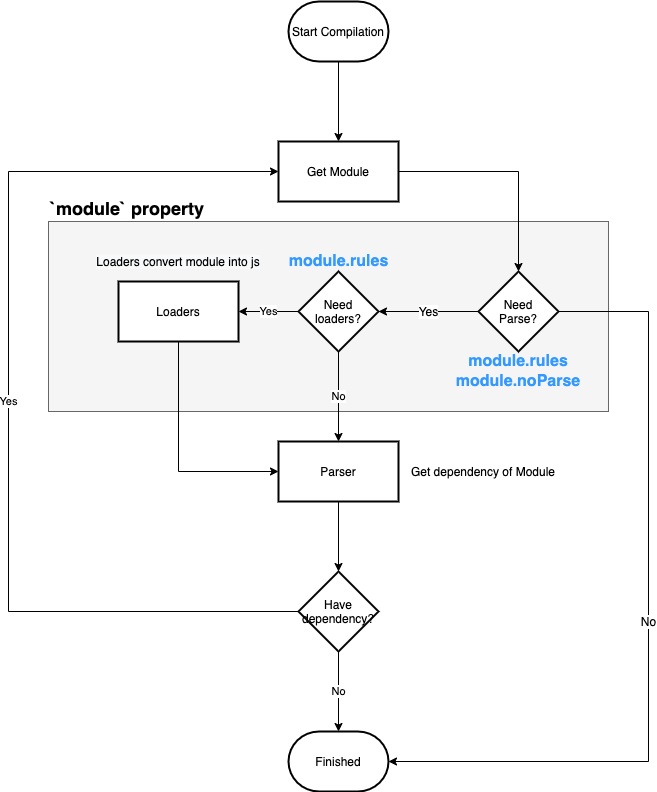
Before: posts/12-module/assets/graph.png, a diagram exported from draw.io (peterhpchen/webpack-quest). Source tidied: cells renumbered, new cells last; positions are measured from the earlier drawing's top-left corner, leaving out a move shared by most shapes. The source it was exported from:
```xml
<mxGraphModel>
  <root>
    <mxCell id="0" />
    <mxCell id="1" parent="0" />
    <mxCell id="2" value="`module` property" style="rounded=0;whiteSpace=wrap;html=1;fillColor=#f5f5f5;strokeColor=#666666;labelPosition=center;verticalLabelPosition=top;align=left;verticalAlign=bottom;fontSize=18;fontStyle=1;" parent="1" vertex="1">
      <mxGeometry x="40" y="220" width="560" height="190" as="geometry" />
    </mxCell>
    <mxCell id="3" style="edgeStyle=orthogonalEdgeStyle;rounded=0;jettySize=auto;html=1;" parent="1" edge="1" source="4" target="6">
      <mxGeometry relative="1" as="geometry" />
    </mxCell>
    <mxCell id="4" value="Start Compilation" style="strokeWidth=2;html=1;shape=mxgraph.flowchart.terminator;whiteSpace=wrap;" parent="1" vertex="1">
      <mxGeometry x="280" width="100" height="60" as="geometry" />
    </mxCell>
    <mxCell id="5" style="edgeStyle=orthogonalEdgeStyle;rounded=0;jettySize=auto;html=1;fontSize=18;" parent="1" edge="1" source="6" target="22">
      <mxGeometry relative="1" as="geometry" />
    </mxCell>
    <mxCell id="6" value="Get Module" style="whiteSpace=wrap;html=1;strokeWidth=2;" parent="1" vertex="1">
      <mxGeometry x="270" y="140" width="120" height="60" as="geometry" />
    </mxCell>
    <mxCell id="7" value="Yes" style="edgeStyle=orthogonalEdgeStyle;rounded=0;jettySize=auto;html=1;" parent="1" edge="1" source="9" target="11">
      <mxGeometry relative="1" as="geometry" />
    </mxCell>
    <mxCell id="8" value="No" style="edgeStyle=orthogonalEdgeStyle;rounded=0;jettySize=auto;html=1;" parent="1" edge="1" source="9" target="13">
      <mxGeometry relative="1" as="geometry" />
    </mxCell>
    <mxCell id="9" value="Need&lt;br&gt;loaders?" style="rhombus;whiteSpace=wrap;html=1;strokeWidth=2;" parent="1" vertex="1">
      <mxGeometry x="290" y="270" width="80" height="80" as="geometry" />
    </mxCell>
    <mxCell id="10" style="edgeStyle=orthogonalEdgeStyle;rounded=0;jettySize=auto;html=1;entryX=0;entryY=0.5;entryDx=0;entryDy=0;" parent="1" edge="1" source="11" target="13">
      <mxGeometry relative="1" as="geometry">
        <Array as="points">
          <mxPoint x="170" y="470" />
        </Array>
      </mxGeometry>
    </mxCell>
    <mxCell id="11" value="Loaders" style="whiteSpace=wrap;html=1;strokeWidth=2;" parent="1" vertex="1">
      <mxGeometry x="110" y="280" width="120" height="60" as="geometry" />
    </mxCell>
    <mxCell id="12" style="edgeStyle=orthogonalEdgeStyle;rounded=0;jettySize=auto;html=1;" parent="1" edge="1" source="13" target="16">
      <mxGeometry relative="1" as="geometry" />
    </mxCell>
    <mxCell id="13" value="Parser" style="whiteSpace=wrap;html=1;strokeWidth=2;" parent="1" vertex="1">
      <mxGeometry x="270" y="440" width="120" height="60" as="geometry" />
    </mxCell>
    <mxCell id="14" value="No" style="edgeStyle=orthogonalEdgeStyle;rounded=0;jettySize=auto;html=1;entryX=0.5;entryY=0;entryDx=0;entryDy=0;entryPerimeter=0;" parent="1" edge="1" source="16" target="17">
      <mxGeometry relative="1" as="geometry" />
    </mxCell>
    <mxCell id="15" value="Yes" style="edgeStyle=orthogonalEdgeStyle;rounded=0;jettySize=auto;html=1;entryX=0;entryY=0.5;entryDx=0;entryDy=0;exitX=0;exitY=0.5;exitDx=0;exitDy=0;" parent="1" edge="1" source="16" target="6">
      <mxGeometry relative="1" as="geometry">
        <Array as="points">
          <mxPoint y="610" />
          <mxPoint y="170" />
        </Array>
      </mxGeometry>
    </mxCell>
    <mxCell id="16" value="Have&lt;br&gt;dependency?" style="rhombus;whiteSpace=wrap;html=1;strokeWidth=2;" parent="1" vertex="1">
      <mxGeometry x="290" y="570" width="80" height="80" as="geometry" />
    </mxCell>
    <mxCell id="17" value="Finished" style="strokeWidth=2;html=1;shape=mxgraph.flowchart.terminator;whiteSpace=wrap;" parent="1" vertex="1">
      <mxGeometry x="280" y="730" width="100" height="60" as="geometry" />
    </mxCell>
    <mxCell id="18" value="&lt;meta charset=&quot;utf-8&quot;&gt;&lt;span style=&quot;color: rgb(0, 0, 0); font-family: helvetica; font-size: 12px; font-style: normal; font-weight: 400; letter-spacing: normal; text-align: center; text-indent: 0px; text-transform: none; word-spacing: 0px; background-color: rgb(248, 249, 250); display: inline; float: none;&quot;&gt;Loaders convert module into js&lt;/span&gt;" style="text;html=1;strokeColor=none;fillColor=none;align=center;verticalAlign=middle;whiteSpace=wrap;rounded=0;" parent="1" vertex="1">
      <mxGeometry x="80" y="250" width="180" height="20" as="geometry" />
    </mxCell>
    <mxCell id="19" value="Get dependency of Module" style="text;html=1;strokeColor=none;fillColor=none;align=center;verticalAlign=middle;whiteSpace=wrap;rounded=0;" parent="1" vertex="1">
      <mxGeometry x="400" y="460" width="150" height="20" as="geometry" />
    </mxCell>
    <mxCell id="20" value="Yes" style="edgeStyle=orthogonalEdgeStyle;rounded=0;jettySize=auto;html=1;fontSize=12;" parent="1" edge="1" source="22" target="9">
      <mxGeometry relative="1" as="geometry" />
    </mxCell>
    <mxCell id="21" value="No" style="edgeStyle=orthogonalEdgeStyle;rounded=0;jettySize=auto;html=1;fontSize=12;entryX=1;entryY=0.5;entryDx=0;entryDy=0;exitX=1;exitY=0.5;exitDx=0;exitDy=0;entryPerimeter=0;" parent="1" edge="1" source="22" target="17">
      <mxGeometry relative="1" as="geometry">
        <Array as="points">
          <mxPoint x="640" y="310" />
          <mxPoint x="640" y="760" />
        </Array>
      </mxGeometry>
    </mxCell>
    <mxCell id="22" value="Need&lt;br&gt;Parse?" style="rhombus;whiteSpace=wrap;html=1;strokeWidth=2;" parent="1" vertex="1">
      <mxGeometry x="470" y="270" width="80" height="80" as="geometry" />
    </mxCell>
    <mxCell id="23" value="module.rules" style="text;html=1;strokeColor=none;fillColor=none;align=center;verticalAlign=middle;whiteSpace=wrap;rounded=0;fontSize=16;fontColor=#3399FF;fontStyle=1;" parent="1" vertex="1">
      <mxGeometry x="455" y="350" width="110" height="20" as="geometry" />
    </mxCell>
    <mxCell id="24" value="module.noParse" style="text;html=1;strokeColor=none;fillColor=none;align=center;verticalAlign=middle;whiteSpace=wrap;rounded=0;fontSize=16;fontColor=#3399FF;fontStyle=1;" parent="1" vertex="1">
      <mxGeometry x="445" y="370" width="130" height="20" as="geometry" />
    </mxCell>
    <mxCell id="25" value="module.rules" style="text;html=1;strokeColor=none;fillColor=none;align=center;verticalAlign=middle;whiteSpace=wrap;rounded=0;fontSize=16;fontColor=#3399FF;fontStyle=1;" parent="1" vertex="1">
      <mxGeometry x="277.5" y="250" width="105" height="20" as="geometry" />
    </mxCell>
  </root>
</mxGraphModel>
```
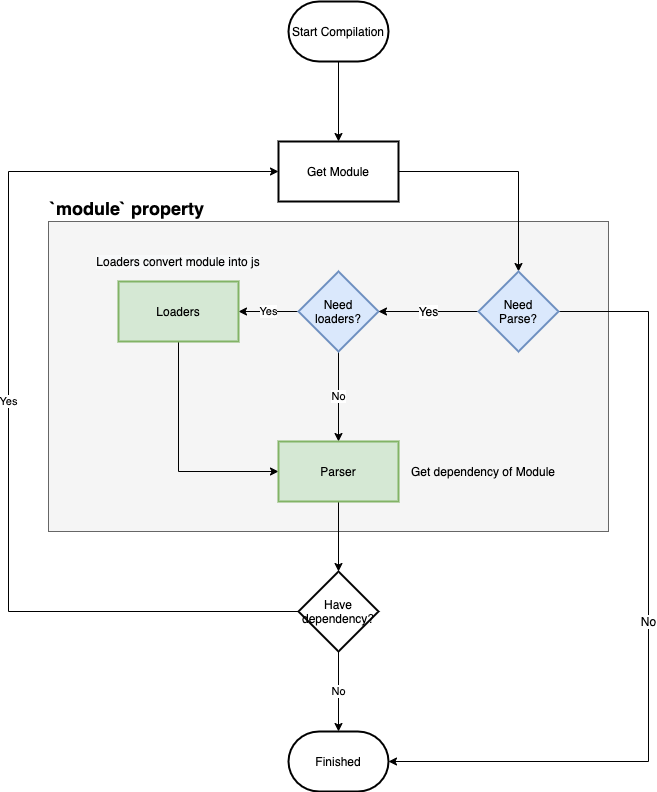
After the change.

What changed in the source:
```diff
@@ -3,7 +3,7 @@
     <mxCell id="0" />
     <mxCell id="1" parent="0" />
     <mxCell id="2" value="`module` property" style="rounded=0;whiteSpace=wrap;html=1;fillColor=#f5f5f5;strokeColor=#666666;labelPosition=center;verticalLabelPosition=top;align=left;verticalAlign=bottom;fontSize=18;fontStyle=1;" parent="1" vertex="1">
-      <mxGeometry x="40" y="220" width="560" height="190" as="geometry" />
+      <mxGeometry x="40" y="220" width="560" height="310" as="geometry" />
     </mxCell>
     <mxCell id="3" style="edgeStyle=orthogonalEdgeStyle;rounded=0;jettySize=auto;html=1;" parent="1" edge="1" source="4" target="6">
       <mxGeometry relative="1" as="geometry" />
@@ -23,7 +23,7 @@
     <mxCell id="8" value="No" style="edgeStyle=orthogonalEdgeStyle;rounded=0;jettySize=auto;html=1;" parent="1" edge="1" source="9" target="13">
       <mxGeometry relative="1" as="geometry" />
     </mxCell>
-    <mxCell id="9" value="Need&lt;br&gt;loaders?" style="rhombus;whiteSpace=wrap;html=1;strokeWidth=2;" parent="1" vertex="1">
+    <mxCell id="9" value="Need&lt;br&gt;loaders?" style="rhombus;whiteSpace=wrap;html=1;strokeWidth=2;fillColor=#dae8fc;strokeColor=#6c8ebf;" parent="1" vertex="1">
       <mxGeometry x="290" y="270" width="80" height="80" as="geometry" />
     </mxCell>
     <mxCell id="10" style="edgeStyle=orthogonalEdgeStyle;rounded=0;jettySize=auto;html=1;entryX=0;entryY=0.5;entryDx=0;entryDy=0;" parent="1" edge="1" source="11" target="13">
@@ -33,13 +33,13 @@
         </Array>
       </mxGeometry>
     </mxCell>
-    <mxCell id="11" value="Loaders" style="whiteSpace=wrap;html=1;strokeWidth=2;" parent="1" vertex="1">
+    <mxCell id="11" value="Loaders" style="whiteSpace=wrap;html=1;strokeWidth=2;fillColor=#d5e8d4;strokeColor=#82b366;" parent="1" vertex="1">
       <mxGeometry x="110" y="280" width="120" height="60" as="geometry" />
     </mxCell>
     <mxCell id="12" style="edgeStyle=orthogonalEdgeStyle;rounded=0;jettySize=auto;html=1;" parent="1" edge="1" source="13" target="16">
       <mxGeometry relative="1" as="geometry" />
     </mxCell>
-    <mxCell id="13" value="Parser" style="whiteSpace=wrap;html=1;strokeWidth=2;" parent="1" vertex="1">
+    <mxCell id="13" value="Parser" style="whiteSpace=wrap;html=1;strokeWidth=2;fillColor=#d5e8d4;strokeColor=#82b366;" parent="1" vertex="1">
       <mxGeometry x="270" y="440" width="120" height="60" as="geometry" />
     </mxCell>
     <mxCell id="14" value="No" style="edgeStyle=orthogonalEdgeStyle;rounded=0;jettySize=auto;html=1;entryX=0.5;entryY=0;entryDx=0;entryDy=0;entryPerimeter=0;" parent="1" edge="1" source="16" target="17">
@@ -76,17 +76,8 @@
         </Array>
       </mxGeometry>
     </mxCell>
-    <mxCell id="22" value="Need&lt;br&gt;Parse?" style="rhombus;whiteSpace=wrap;html=1;strokeWidth=2;" parent="1" vertex="1">
+    <mxCell id="22" value="Need&lt;br&gt;Parse?" style="rhombus;whiteSpace=wrap;html=1;strokeWidth=2;fillColor=#dae8fc;strokeColor=#6c8ebf;" parent="1" vertex="1">
       <mxGeometry x="470" y="270" width="80" height="80" as="geometry" />
     </mxCell>
-    <mxCell id="23" value="module.rules" style="text;html=1;strokeColor=none;fillColor=none;align=center;verticalAlign=middle;whiteSpace=wrap;rounded=0;fontSize=16;fontColor=#3399FF;fontStyle=1;" parent="1" vertex="1">
-      <mxGeometry x="455" y="350" width="110" height="20" as="geometry" />
-    </mxCell>
-    <mxCell id="24" value="module.noParse" style="text;html=1;strokeColor=none;fillColor=none;align=center;verticalAlign=middle;whiteSpace=wrap;rounded=0;fontSize=16;fontColor=#3399FF;fontStyle=1;" parent="1" vertex="1">
-      <mxGeometry x="445" y="370" width="130" height="20" as="geometry" />
-    </mxCell>
-    <mxCell id="25" value="module.rules" style="text;html=1;strokeColor=none;fillColor=none;align=center;verticalAlign=middle;whiteSpace=wrap;rounded=0;fontSize=16;fontColor=#3399FF;fontStyle=1;" parent="1" vertex="1">
-      <mxGeometry x="277.5" y="250" width="105" height="20" as="geometry" />
-    </mxCell>
   </root>
 </mxGraphModel>
```
